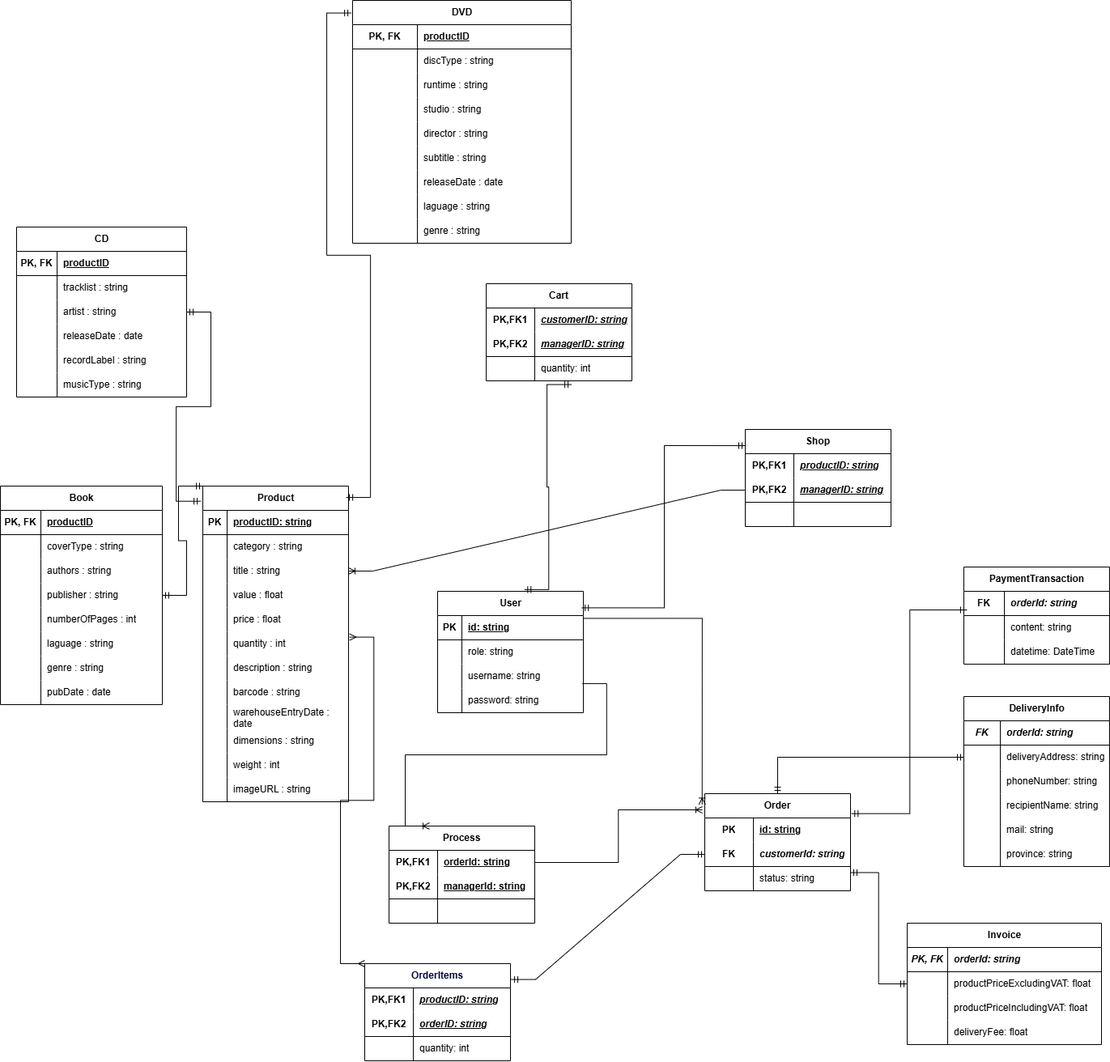
Earlier version of the draw.io export Database Design/Logical Data Model/AIMS_LogicalDataModel.drawio.png (StrongDZ/ISD.ICT.20242-07). Source tidied: cells renumbered, new cells last; positions are measured from the earlier drawing's top-left corner, leaving out a move shared by most shapes.
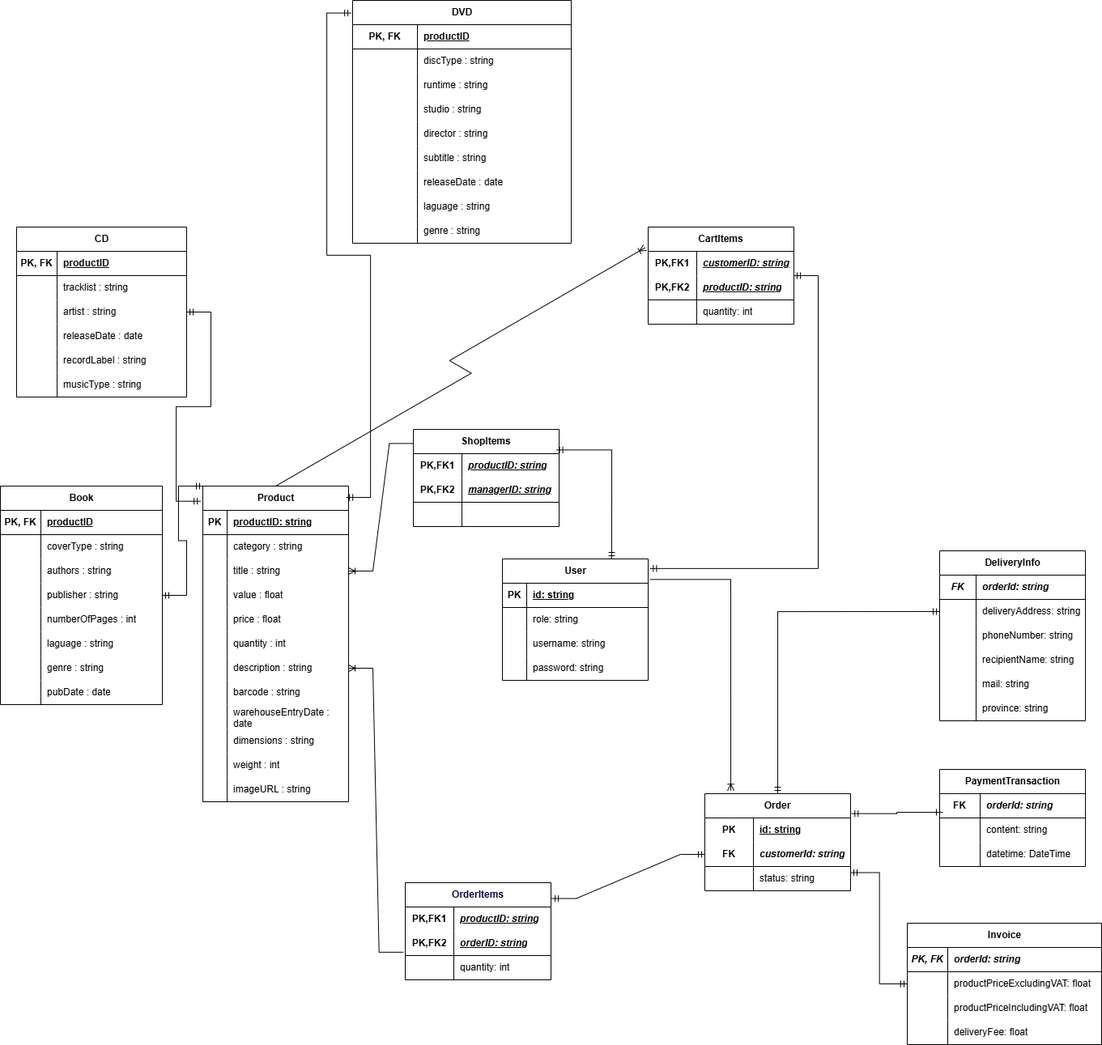
The same diagram one commit later.

Commit message:
Quyen_Duong_LogicalDataModel

Diff of the diagram source:
```diff
@@ -47,11 +47,11 @@
     <mxCell id="16" value="status: string" style="shape=partialRectangle;fillColor=none;top=0;left=0;bottom=0;right=0;align=left;spacingLeft=6;overflow=hidden;html=1;whiteSpace=wrap;" parent="14" vertex="1">
       <mxGeometry x="60" width="120" height="30" as="geometry" />
     </mxCell>
-    <mxCell id="17" style="edgeStyle=orthogonalEdgeStyle;fontSize=12;html=1;endArrow=ERoneToMany;rounded=0;entryX=-0.018;entryY=0.112;entryDx=0;entryDy=0;entryPerimeter=0;exitX=1;exitY=0.115;exitDx=0;exitDy=0;exitPerimeter=0;" parent="1" edge="1" source="56" target="7">
+    <mxCell id="17" style="fontSize=12;html=1;endArrow=ERoneToMany;rounded=0;entryX=0.178;entryY=-0.031;entryDx=0;entryDy=0;entryPerimeter=0;elbow=vertical;exitX=1.013;exitY=-0.154;exitDx=0;exitDy=0;exitPerimeter=0;edgeStyle=orthogonalEdgeStyle;" parent="1" edge="1" source="56" target="7">
       <mxGeometry relative="1" as="geometry" />
     </mxCell>
     <mxCell id="18" style="group;" parent="1" vertex="1">
-      <mxGeometry x="1190" y="850" width="180" height="210" as="geometry" />
+      <mxGeometry x="1160" y="670" width="180" height="210" as="geometry" />
     </mxCell>
     <mxCell id="19" value="DeliveryInfo" style="shape=table;startSize=30;rowLines=0;fontStyle=1;align=center;html=1;" parent="18" vertex="1">
       <mxGeometry y="10" width="180" height="210" as="geometry" />
@@ -162,7 +162,7 @@
       <mxGeometry relative="1" as="geometry" />
     </mxCell>
     <mxCell id="55" value="User" style="shape=table;startSize=30;rowLines=0;fontStyle=1;align=center;html=1;" parent="1" vertex="1">
-      <mxGeometry x="540" y="730" width="180" height="150" as="geometry" />
+      <mxGeometry x="620" y="690" width="180" height="150" as="geometry" />
     </mxCell>
     <mxCell id="56" style="shape=tableRow;horizontal=0;startSize=0;swimlaneHead=0;swimlaneBody=0;fillColor=none;points=[[0,0.5],[1,0.5]];portConstraint=eastwest;top=0;left=0;right=0;bottom=1;" parent="55" vertex="1">
       <mxGeometry y="30" width="180" height="30" as="geometry" />
@@ -207,7 +207,7 @@
       <mxGeometry relative="1" as="geometry" />
     </mxCell>
     <mxCell id="70" style="group;" parent="1" vertex="1">
-      <mxGeometry x="1190" y="700" width="180" height="120" as="geometry" />
+      <mxGeometry x="1160" y="950" width="180" height="120" as="geometry" />
     </mxCell>
     <mxCell id="71" value="PaymentTransaction" style="shape=table;startSize=30;rowLines=0;fontStyle=1;align=center;html=1;" parent="70" vertex="1">
       <mxGeometry width="180" height="120" as="geometry" />
@@ -243,7 +243,7 @@
       <mxGeometry x="50" y="30" width="130" height="30" as="geometry" />
     </mxCell>
     <mxCell id="82" value="&lt;font style=&quot;color: rgb(0, 0, 51);&quot;&gt;OrderItems&lt;/font&gt;" style="shape=table;startSize=30;rowLines=0;fontStyle=1;align=center;html=1;whiteSpace=wrap;" parent="1" vertex="1">
-      <mxGeometry x="450" y="1190" width="180" height="120" as="geometry" />
+      <mxGeometry x="500" y="1090" width="180" height="120" as="geometry" />
     </mxCell>
     <mxCell id="83" style="shape=tableRow;horizontal=0;startSize=0;swimlaneHead=0;swimlaneBody=0;fillColor=none;top=0;left=0;right=0;bottom=0;html=1;" parent="82" vertex="1">
       <mxGeometry y="30" width="180" height="30" as="geometry" />
@@ -272,46 +272,11 @@
     <mxCell id="91" value="quantity: int" style="shape=partialRectangle;fillColor=none;top=0;left=0;bottom=0;right=0;align=left;spacingLeft=6;overflow=hidden;html=1;whiteSpace=wrap;" parent="89" vertex="1">
       <mxGeometry x="60" width="120" height="30" as="geometry" />
     </mxCell>
-    <mxCell id="92" value="Process" style="shape=table;startSize=30;rowLines=0;fontStyle=1;align=center;html=1;whiteSpace=wrap;" parent="1" vertex="1">
-      <mxGeometry x="480" y="1020" width="180" height="120" as="geometry" />
-    </mxCell>
-    <mxCell id="93" style="shape=tableRow;horizontal=0;startSize=0;swimlaneHead=0;swimlaneBody=0;fillColor=none;points=[[0,0.5],[1,0.5]];portConstraint=eastwest;top=0;left=0;right=0;bottom=0;html=1;" parent="92" vertex="1">
-      <mxGeometry y="30" width="180" height="30" as="geometry" />
-    </mxCell>
-    <mxCell id="94" value="PK,FK1" style="shape=partialRectangle;fillColor=none;top=0;left=0;bottom=0;right=0;fontStyle=1;overflow=hidden;html=1;whiteSpace=wrap;" parent="93" vertex="1">
-      <mxGeometry width="60" height="30" as="geometry" />
-    </mxCell>
-    <mxCell id="95" value="orderId: string" style="shape=partialRectangle;fillColor=none;top=0;left=0;bottom=0;right=0;align=left;spacingLeft=6;fontStyle=5;overflow=hidden;html=1;whiteSpace=wrap;" parent="93" vertex="1">
-      <mxGeometry x="60" width="120" height="30" as="geometry" />
-    </mxCell>
-    <mxCell id="96" style="shape=tableRow;horizontal=0;startSize=0;swimlaneHead=0;swimlaneBody=0;fillColor=none;top=0;left=0;right=0;bottom=1;html=1;" parent="92" vertex="1">
-      <mxGeometry y="60" width="180" height="30" as="geometry" />
-    </mxCell>
-    <mxCell id="97" value="PK,FK2" style="shape=partialRectangle;fillColor=none;top=0;left=0;bottom=0;right=0;fontStyle=1;overflow=hidden;html=1;whiteSpace=wrap;" parent="96" vertex="1">
-      <mxGeometry width="60" height="30" as="geometry" />
-    </mxCell>
-    <mxCell id="98" value="managerId: string" style="shape=partialRectangle;fillColor=none;top=0;left=0;bottom=0;right=0;align=left;spacingLeft=6;fontStyle=5;overflow=hidden;html=1;whiteSpace=wrap;" parent="96" vertex="1">
-      <mxGeometry x="60" width="120" height="30" as="geometry" />
-    </mxCell>
-    <mxCell id="99" style="shape=tableRow;horizontal=0;startSize=0;swimlaneHead=0;swimlaneBody=0;fillColor=none;top=0;left=0;right=0;bottom=0;html=1;" parent="92" vertex="1">
-      <mxGeometry y="90" width="180" height="30" as="geometry" />
-    </mxCell>
-    <mxCell id="100" style="shape=partialRectangle;fillColor=none;top=0;left=0;bottom=0;right=0;overflow=hidden;html=1;whiteSpace=wrap;" parent="99" vertex="1">
-      <mxGeometry width="60" height="30" as="geometry" />
-    </mxCell>
-    <mxCell id="101" style="shape=partialRectangle;fillColor=none;top=0;left=0;bottom=0;right=0;align=left;spacingLeft=6;overflow=hidden;html=1;whiteSpace=wrap;" parent="99" vertex="1">
-      <mxGeometry x="60" width="120" height="30" as="geometry" />
-    </mxCell>
-    <mxCell id="102" style="edgeStyle=elbowEdgeStyle;fontSize=12;html=1;endArrow=ERoneToMany;rounded=0;exitX=1;exitY=0.5;exitDx=0;exitDy=0;" parent="1" edge="1" source="93">
-      <mxGeometry relative="1" as="geometry">
-        <mxPoint x="867" y="1000" as="targetPoint" />
-      </mxGeometry>
-    </mxCell>
     <mxCell id="103" style="edgeStyle=entityRelationEdgeStyle;fontSize=12;html=1;endArrow=ERmandOne;startArrow=ERmandOne;rounded=0;exitX=1.006;exitY=0.163;exitDx=0;exitDy=0;exitPerimeter=0;entryX=0;entryY=0.5;entryDx=0;entryDy=0;" parent="1" edge="1" source="82" target="12">
       <mxGeometry relative="1" as="geometry" />
     </mxCell>
-    <mxCell id="104" value="Shop" style="shape=table;startSize=30;rowLines=0;fontStyle=1;align=center;html=1;whiteSpace=wrap;" parent="1" vertex="1">
-      <mxGeometry x="920" y="530" width="180" height="120" as="geometry" />
+    <mxCell id="104" value="ShopItems" style="shape=table;startSize=30;rowLines=0;fontStyle=1;align=center;html=1;whiteSpace=wrap;" parent="1" vertex="1">
+      <mxGeometry x="510" y="530" width="180" height="120" as="geometry" />
     </mxCell>
     <mxCell id="105" style="shape=tableRow;horizontal=0;startSize=0;swimlaneHead=0;swimlaneBody=0;fillColor=none;points=[[0,0.5],[1,0.5]];portConstraint=eastwest;top=0;left=0;right=0;bottom=0;html=1;" parent="104" vertex="1">
       <mxGeometry y="30" width="180" height="30" as="geometry" />
@@ -340,11 +305,11 @@
     <mxCell id="113" style="shape=partialRectangle;fillColor=none;top=0;left=0;bottom=0;right=0;align=left;spacingLeft=6;overflow=hidden;html=1;whiteSpace=wrap;" parent="111" vertex="1">
       <mxGeometry x="60" width="120" height="30" as="geometry" />
     </mxCell>
-    <mxCell id="114" style="edgeStyle=orthogonalEdgeStyle;fontSize=12;html=1;endArrow=ERmandOne;startArrow=ERmandOne;rounded=0;exitX=0.99;exitY=0.136;exitDx=0;exitDy=0;exitPerimeter=0;entryX=0;entryY=0.167;entryDx=0;entryDy=0;entryPerimeter=0;" parent="1" edge="1" source="55" target="104">
+    <mxCell id="114" style="fontSize=12;html=1;endArrow=ERmandOne;startArrow=ERmandOne;rounded=0;exitX=0.75;exitY=0;exitDx=0;exitDy=0;elbow=vertical;entryX=0.981;entryY=-0.154;entryDx=0;entryDy=0;entryPerimeter=0;edgeStyle=orthogonalEdgeStyle;" parent="1" edge="1" source="55" target="105">
       <mxGeometry relative="1" as="geometry" />
     </mxCell>
-    <mxCell id="115" value="Cart" style="shape=table;startSize=30;rowLines=0;fontStyle=1;align=center;html=1;whiteSpace=wrap;" parent="1" vertex="1">
-      <mxGeometry x="600" y="350" width="180" height="120" as="geometry" />
+    <mxCell id="115" value="CartItems" style="shape=table;startSize=30;rowLines=0;fontStyle=1;align=center;html=1;whiteSpace=wrap;" parent="1" vertex="1">
+      <mxGeometry x="800" y="280" width="180" height="120" as="geometry" />
     </mxCell>
     <mxCell id="116" style="shape=tableRow;horizontal=0;startSize=0;swimlaneHead=0;swimlaneBody=0;fillColor=none;points=[[0,0.5],[1,0.5]];portConstraint=eastwest;top=0;left=0;right=0;bottom=0;html=1;" parent="115" vertex="1">
       <mxGeometry y="30" width="180" height="30" as="geometry" />
@@ -361,7 +326,7 @@
     <mxCell id="120" value="PK,FK2" style="shape=partialRectangle;fillColor=none;top=0;left=0;bottom=0;right=0;fontStyle=1;overflow=hidden;html=1;whiteSpace=wrap;" parent="119" vertex="1">
       <mxGeometry width="60" height="30" as="geometry" />
     </mxCell>
-    <mxCell id="121" value="&lt;span style=&quot;font-style: italic; text-align: center;&quot;&gt;managerID: string&lt;/span&gt;" style="shape=partialRectangle;fillColor=none;top=0;left=0;bottom=0;right=0;align=left;spacingLeft=6;fontStyle=5;overflow=hidden;html=1;whiteSpace=wrap;" parent="119" vertex="1">
+    <mxCell id="121" value="&lt;span style=&quot;font-style: italic; text-align: center;&quot;&gt;productID: string&lt;/span&gt;" style="shape=partialRectangle;fillColor=none;top=0;left=0;bottom=0;right=0;align=left;spacingLeft=6;fontStyle=5;overflow=hidden;html=1;whiteSpace=wrap;" parent="119" vertex="1">
       <mxGeometry x="60" width="120" height="30" as="geometry" />
     </mxCell>
     <mxCell id="122" style="shape=tableRow;horizontal=0;startSize=0;swimlaneHead=0;swimlaneBody=0;fillColor=none;points=[[0,0.5],[1,0.5]];portConstraint=eastwest;top=0;left=0;right=0;bottom=0;html=1;" parent="115" vertex="1">
@@ -706,31 +671,20 @@
     <mxCell id="235" style="edgeStyle=entityRelationEdgeStyle;fontSize=12;html=1;endArrow=ERmandOne;startArrow=ERmandOne;rounded=0;exitX=0.984;exitY=0.036;exitDx=0;exitDy=0;exitPerimeter=0;entryX=-0.007;entryY=0.052;entryDx=0;entryDy=0;entryPerimeter=0;" parent="1" edge="1" source="125" target="182">
       <mxGeometry relative="1" as="geometry" />
     </mxCell>
-    <mxCell id="236" style="edgeStyle=entityRelationEdgeStyle;fontSize=12;html=1;endArrow=ERmandOne;startArrow=ERmandOne;rounded=0;exitX=0.596;exitY=-0.014;exitDx=0;exitDy=0;exitPerimeter=0;entryX=0.584;entryY=1.153;entryDx=0;entryDy=0;entryPerimeter=0;" parent="1" edge="1" source="55" target="122">
+    <mxCell id="236" style="edgeStyle=entityRelationEdgeStyle;fontSize=12;html=1;endArrow=ERmandOne;startArrow=ERmandOne;rounded=0;exitX=1.013;exitY=0.079;exitDx=0;exitDy=0;exitPerimeter=0;" parent="1" edge="1" source="55" target="115">
       <mxGeometry relative="1" as="geometry" />
     </mxCell>
-    <mxCell id="237" style="edgeStyle=entityRelationEdgeStyle;fontSize=12;html=1;endArrow=ERmany;startArrow=ERmany;rounded=0;exitX=1.007;exitY=0.22;exitDx=0;exitDy=0;exitPerimeter=0;entryX=0;entryY=0;entryDx=0;entryDy=0;" parent="1" edge="1" source="141" target="82">
-      <mxGeometry relative="1" as="geometry">
-        <Array as="points">
-          <mxPoint x="260" y="1077" />
-          <mxPoint x="260" y="1050" />
-          <mxPoint x="300" y="1040" />
-          <mxPoint x="260" y="1067" />
-          <mxPoint x="260" y="1097" />
-        </Array>
-      </mxGeometry>
-    </mxCell>
-    <mxCell id="238" style="edgeStyle=entityRelationEdgeStyle;fontSize=12;html=1;endArrow=ERoneToMany;rounded=0;entryX=0.34;entryY=-0.034;entryDx=0;entryDy=0;entryPerimeter=0;" parent="1" edge="1">
-      <mxGeometry relative="1" as="geometry">
-        <mxPoint x="718.8" y="844.1" as="sourcePoint" />
-        <mxPoint x="530" y="1020" as="targetPoint" />
-      </mxGeometry>
-    </mxCell>
     <mxCell id="239" style="edgeStyle=entityRelationEdgeStyle;fontSize=12;html=1;endArrow=ERmandOne;startArrow=ERmandOne;rounded=0;entryX=0;entryY=0;entryDx=0;entryDy=0;" parent="1" edge="1" source="210" target="125">
       <mxGeometry relative="1" as="geometry" />
     </mxCell>
-    <mxCell id="240" style="edgeStyle=entityRelationEdgeStyle;fontSize=12;html=1;endArrow=ERoneToMany;rounded=0;entryX=1;entryY=0.5;entryDx=0;entryDy=0;exitX=0;exitY=0.5;exitDx=0;exitDy=0;" parent="1" edge="1" source="108" target="132">
+    <mxCell id="240" style="edgeStyle=entityRelationEdgeStyle;fontSize=12;html=1;endArrow=ERoneToMany;rounded=0;entryX=1;entryY=0.5;entryDx=0;entryDy=0;exitX=0.002;exitY=0.145;exitDx=0;exitDy=0;exitPerimeter=0;" parent="1" edge="1" source="104" target="132">
       <mxGeometry relative="1" as="geometry" />
     </mxCell>
+    <mxCell id="241" style="edgeStyle=entityRelationEdgeStyle;fontSize=12;html=1;endArrow=ERoneToMany;rounded=0;entryX=1;entryY=0.5;entryDx=0;entryDy=0;exitX=-0.013;exitY=0.862;exitDx=0;exitDy=0;exitPerimeter=0;" parent="1" edge="1" source="86" target="144">
+      <mxGeometry relative="1" as="geometry" />
+    </mxCell>
+    <mxCell id="242" style="edgeStyle=isometricEdgeStyle;fontSize=12;html=1;endArrow=ERoneToMany;rounded=0;entryX=-0.021;entryY=-0.149;entryDx=0;entryDy=0;entryPerimeter=0;exitX=0.5;exitY=0;exitDx=0;exitDy=0;" parent="1" edge="1" source="125" target="116">
+      <mxGeometry relative="1" as="geometry" />
+    </mxCell>
   </root>
 </mxGraphModel>
```
